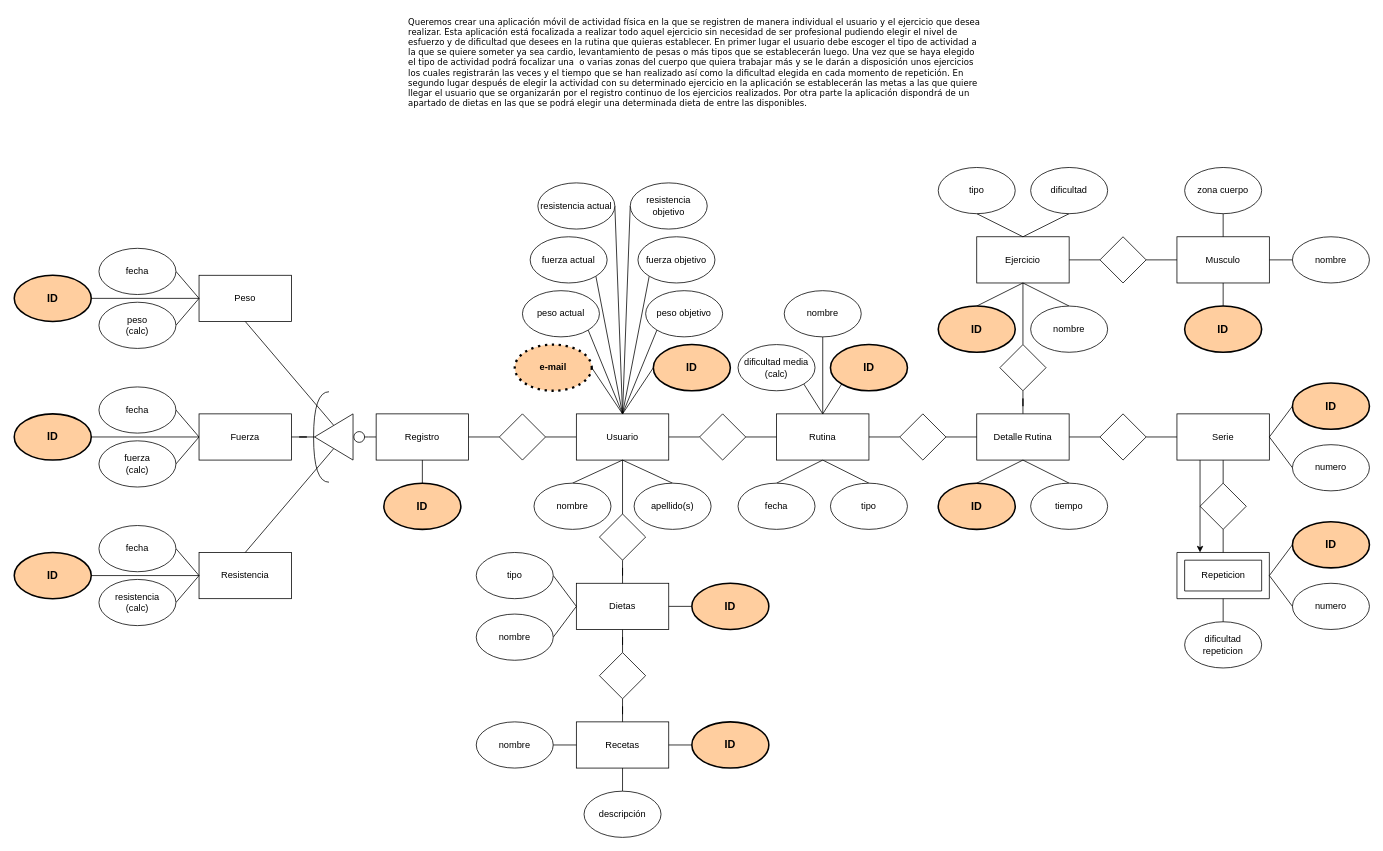
DiEgOfercri/Modelos-BBDD keeps this draw.io diagram as drawio/Grupo 8 E/R Grupo 7.drawio. Above is the earlier version. Source tidied: cells renumbered, new cells numbered last; positions are measured from the earlier drawing's top-left corner, leaving out a move shared by most shapes. Both pictures are drawn from the tidied source at 77%, with x=0, y=0 at pixel (14, 13).
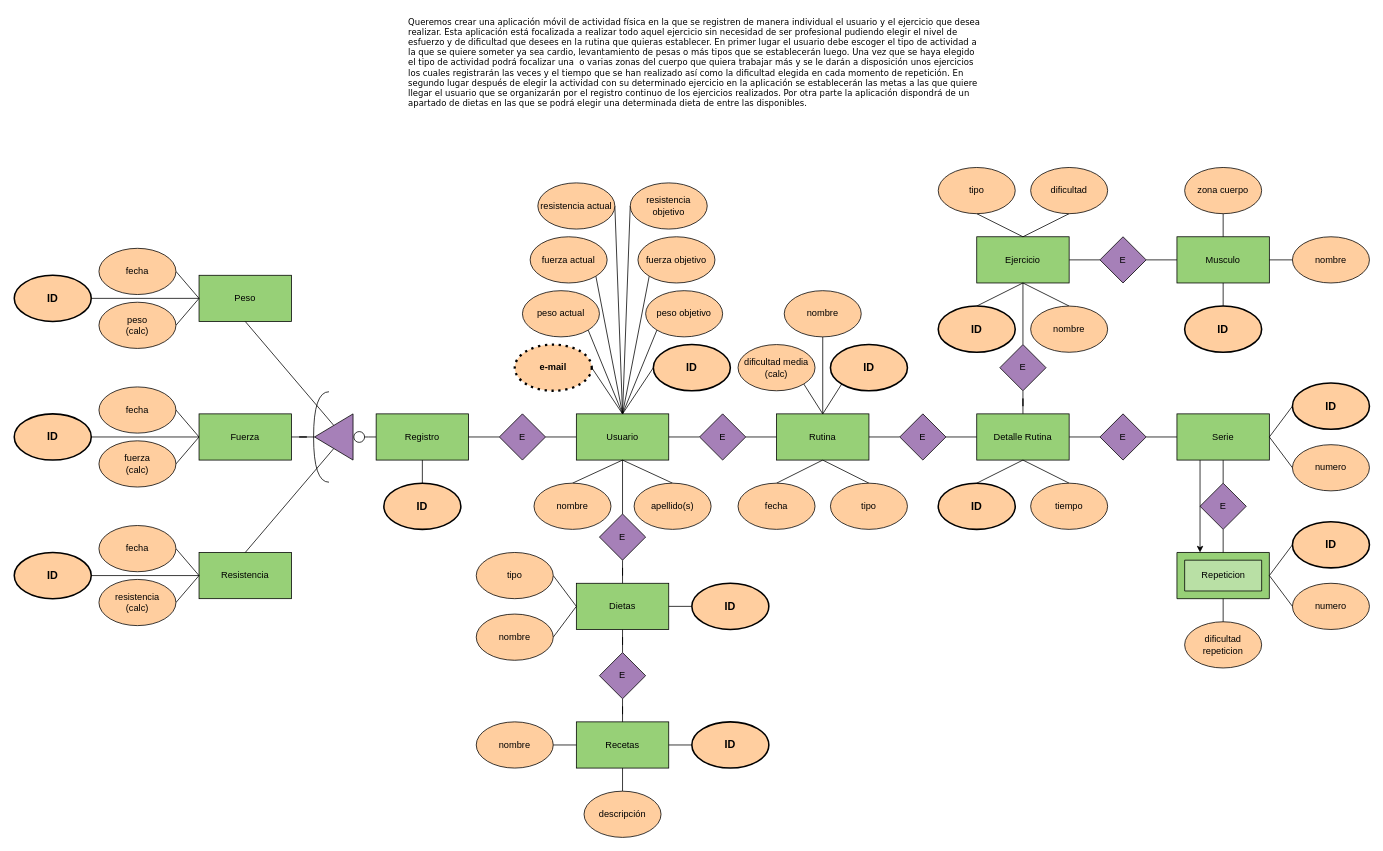
After the change.

Change to the diagram source:
```diff
@@
-    <mxCell id="6" value="Usuario" style="rounded=0;whiteSpace=wrap;html=1;" parent="1" vertex="1">
+    <mxCell id="6" value="Usuario" style="rounded=0;whiteSpace=wrap;html=1;fillColor=#97D077;" parent="1" vertex="1">
       <mxGeometry x="730" y="520" width="120" height="60" as="geometry" />
     </mxCell>
@@
-    <mxCell id="8" value="Ejercicio" style="rounded=0;whiteSpace=wrap;html=1;" parent="1" vertex="1">
+    <mxCell id="8" value="Ejercicio" style="rounded=0;whiteSpace=wrap;html=1;fillColor=#97D077;" parent="1" vertex="1">
       <mxGeometry x="1250" y="290" width="120" height="60" as="geometry" />
     </mxCell>
@@
-    <mxCell id="10" value="dificultad" style="ellipse;whiteSpace=wrap;html=1;" parent="1" vertex="1">
+    <mxCell id="10" value="dificultad" style="ellipse;whiteSpace=wrap;html=1;fillColor=#FFCE9F;" parent="1" vertex="1">
       <mxGeometry x="1320" y="200" width="100" height="60" as="geometry" />
     </mxCell>
@@
-    <mxCell id="13" value="Detalle Rutina" style="rounded=0;whiteSpace=wrap;html=1;" parent="1" vertex="1">
+    <mxCell id="13" value="Detalle Rutina" style="rounded=0;whiteSpace=wrap;html=1;fillColor=#97D077;" parent="1" vertex="1">
       <mxGeometry x="1250" y="520" width="120" height="60" as="geometry" />
     </mxCell>
-    <mxCell id="14" value="dificultad repeticion" style="ellipse;whiteSpace=wrap;html=1;" parent="1" vertex="1">
+    <mxCell id="14" value="dificultad repeticion" style="ellipse;whiteSpace=wrap;html=1;fillColor=#FFCE9F;" parent="1" vertex="1">
       <mxGeometry x="1520" y="790" width="100" height="60" as="geometry" />
     </mxCell>
-    <mxCell id="15" value="Peso" style="rounded=0;whiteSpace=wrap;html=1;" parent="1" vertex="1">
+    <mxCell id="15" value="Peso" style="rounded=0;whiteSpace=wrap;html=1;fillColor=#97D077;" parent="1" vertex="1">
       <mxGeometry x="240" y="340" width="120" height="60" as="geometry" />
     </mxCell>
@@
-    <mxCell id="17" value="Dietas" style="rounded=0;whiteSpace=wrap;html=1;" parent="1" vertex="1">
+    <mxCell id="17" value="Dietas" style="rounded=0;whiteSpace=wrap;html=1;fillColor=#97D077;" parent="1" vertex="1">
       <mxGeometry x="730" y="740" width="120" height="60" as="geometry" />
     </mxCell>
@@
-    <mxCell id="19" value="tipo" style="ellipse;whiteSpace=wrap;html=1;" parent="1" vertex="1">
+    <mxCell id="19" value="tipo" style="ellipse;whiteSpace=wrap;html=1;fillColor=#FFCE9F;" parent="1" vertex="1">
       <mxGeometry x="1060" y="610" width="100" height="60" as="geometry" />
     </mxCell>
-    <mxCell id="20" value="Musculo" style="rounded=0;whiteSpace=wrap;html=1;" parent="1" vertex="1">
+    <mxCell id="20" value="Musculo" style="rounded=0;whiteSpace=wrap;html=1;fillColor=#97D077;" parent="1" vertex="1">
       <mxGeometry x="1510" y="290" width="120" height="60" as="geometry" />
     </mxCell>
@@
-    <mxCell id="22" value="zona cuerpo" style="ellipse;whiteSpace=wrap;html=1;" parent="1" vertex="1">
+    <mxCell id="22" value="zona cuerpo" style="ellipse;whiteSpace=wrap;html=1;fillColor=#FFCE9F;" parent="1" vertex="1">
       <mxGeometry x="1520" y="200" width="100" height="60" as="geometry" />
     </mxCell>
-    <mxCell id="23" value="Recetas" style="rounded=0;whiteSpace=wrap;html=1;" parent="1" vertex="1">
+    <mxCell id="23" value="Recetas" style="rounded=0;whiteSpace=wrap;html=1;fillColor=#97D077;" parent="1" vertex="1">
       <mxGeometry x="730" y="920" width="120" height="60" as="geometry" />
     </mxCell>
@@
-    <mxCell id="25" value="apellido(s)" style="ellipse;whiteSpace=wrap;html=1;" parent="1" vertex="1">
+    <mxCell id="25" value="apellido(s)" style="ellipse;whiteSpace=wrap;html=1;fillColor=#FFCE9F;" parent="1" vertex="1">
       <mxGeometry x="805" y="610" width="100" height="60" as="geometry" />
     </mxCell>
@@
-    <mxCell id="27" value="nombre" style="ellipse;whiteSpace=wrap;html=1;" parent="1" vertex="1">
+    <mxCell id="27" value="nombre" style="ellipse;whiteSpace=wrap;html=1;fillColor=#FFCE9F;" parent="1" vertex="1">
       <mxGeometry x="675" y="610" width="100" height="60" as="geometry" />
     </mxCell>
@@
-    <mxCell id="29" value="fuerza objetivo" style="ellipse;whiteSpace=wrap;html=1;" parent="1" vertex="1">
+    <mxCell id="29" value="fuerza objetivo" style="ellipse;whiteSpace=wrap;html=1;fillColor=#FFCE9F;" parent="1" vertex="1">
       <mxGeometry x="810" y="290" width="100" height="60" as="geometry" />
     </mxCell>
@@
-    <mxCell id="31" value="resistencia objetivo" style="ellipse;whiteSpace=wrap;html=1;" parent="1" vertex="1">
+    <mxCell id="31" value="resistencia objetivo" style="ellipse;whiteSpace=wrap;html=1;fillColor=#FFCE9F;" parent="1" vertex="1">
       <mxGeometry x="800" y="220" width="100" height="60" as="geometry" />
     </mxCell>
@@
-    <mxCell id="33" value="fuerza actual" style="ellipse;whiteSpace=wrap;html=1;" parent="1" vertex="1">
+    <mxCell id="33" value="fuerza actual" style="ellipse;whiteSpace=wrap;html=1;fillColor=#FFCE9F;" parent="1" vertex="1">
       <mxGeometry x="670" y="290" width="100" height="60" as="geometry" />
     </mxCell>
@@
-    <mxCell id="35" value="resistencia actual" style="ellipse;whiteSpace=wrap;html=1;" parent="1" vertex="1">
+    <mxCell id="35" value="resistencia actual" style="ellipse;whiteSpace=wrap;html=1;fillColor=#FFCE9F;" parent="1" vertex="1">
       <mxGeometry x="680" y="220" width="100" height="60" as="geometry" />
     </mxCell>
@@
-    <mxCell id="37" value="nombre" style="ellipse;whiteSpace=wrap;html=1;" parent="1" vertex="1">
+    <mxCell id="37" value="nombre" style="ellipse;whiteSpace=wrap;html=1;fillColor=#FFCE9F;" parent="1" vertex="1">
       <mxGeometry x="600" y="920" width="100" height="60" as="geometry" />
     </mxCell>
@@
-    <mxCell id="39" value="Registro" style="rounded=0;whiteSpace=wrap;html=1;" parent="1" vertex="1">
+    <mxCell id="39" value="Registro" style="rounded=0;whiteSpace=wrap;html=1;fillColor=#97D077;" parent="1" vertex="1">
       <mxGeometry x="470" y="520" width="120" height="60" as="geometry" />
     </mxCell>
-    <mxCell id="40" value="Resistencia" style="rounded=0;whiteSpace=wrap;html=1;" parent="1" vertex="1">
+    <mxCell id="40" value="Resistencia" style="rounded=0;whiteSpace=wrap;html=1;fillColor=#97D077;" parent="1" vertex="1">
       <mxGeometry x="240" y="700" width="120" height="60" as="geometry" />
     </mxCell>
@@
-    <mxCell id="42" value="fecha" style="ellipse;whiteSpace=wrap;html=1;" parent="1" vertex="1">
+    <mxCell id="42" value="fecha" style="ellipse;whiteSpace=wrap;html=1;fillColor=#FFCE9F;" parent="1" vertex="1">
       <mxGeometry x="110" y="305" width="100" height="60" as="geometry" />
     </mxCell>
@@
-    <mxCell id="44" value="peso&lt;br&gt;(calc)" style="ellipse;whiteSpace=wrap;html=1;" parent="1" vertex="1">
+    <mxCell id="44" value="peso&lt;br&gt;(calc)" style="ellipse;whiteSpace=wrap;html=1;fillColor=#FFCE9F;" parent="1" vertex="1">
       <mxGeometry x="110" y="375" width="100" height="60" as="geometry" />
     </mxCell>
@@
-    <mxCell id="46" value="fecha" style="ellipse;whiteSpace=wrap;html=1;" parent="1" vertex="1">
+    <mxCell id="46" value="fecha" style="ellipse;whiteSpace=wrap;html=1;fillColor=#FFCE9F;" parent="1" vertex="1">
       <mxGeometry x="110" y="485" width="100" height="60" as="geometry" />
     </mxCell>
@@
-    <mxCell id="48" value="fuerza&lt;br&gt;(calc)" style="ellipse;whiteSpace=wrap;html=1;" parent="1" vertex="1">
+    <mxCell id="48" value="fuerza&lt;br&gt;(calc)" style="ellipse;whiteSpace=wrap;html=1;fillColor=#FFCE9F;" parent="1" vertex="1">
       <mxGeometry x="110" y="555" width="100" height="60" as="geometry" />
     </mxCell>
@@
-    <mxCell id="50" value="fecha" style="ellipse;whiteSpace=wrap;html=1;" parent="1" vertex="1">
+    <mxCell id="50" value="fecha" style="ellipse;whiteSpace=wrap;html=1;fillColor=#FFCE9F;" parent="1" vertex="1">
       <mxGeometry x="110" y="665" width="100" height="60" as="geometry" />
     </mxCell>
@@
-    <mxCell id="52" value="resistencia&lt;br&gt;(calc)" style="ellipse;whiteSpace=wrap;html=1;" parent="1" vertex="1">
+    <mxCell id="52" value="resistencia&lt;br&gt;(calc)" style="ellipse;whiteSpace=wrap;html=1;fillColor=#FFCE9F;" parent="1" vertex="1">
       <mxGeometry x="110" y="735" width="100" height="60" as="geometry" />
     </mxCell>
@@
-    <mxCell id="54" value="Rutina" style="rounded=0;whiteSpace=wrap;html=1;" parent="1" vertex="1">
+    <mxCell id="54" value="Rutina" style="rounded=0;whiteSpace=wrap;html=1;fillColor=#97D077;" parent="1" vertex="1">
       <mxGeometry x="990" y="520" width="120" height="60" as="geometry" />
     </mxCell>
@@
-    <mxCell id="56" value="dificultad media&lt;br&gt;(calc)" style="ellipse;whiteSpace=wrap;html=1;" parent="1" vertex="1">
+    <mxCell id="56" value="dificultad media&lt;br&gt;(calc)" style="ellipse;whiteSpace=wrap;html=1;fillColor=#FFCE9F;" parent="1" vertex="1">
       <mxGeometry x="940" y="430" width="100" height="60" as="geometry" />
     </mxCell>
@@
-    <mxCell id="58" value="fecha" style="ellipse;whiteSpace=wrap;html=1;" parent="1" vertex="1">
+    <mxCell id="58" value="fecha" style="ellipse;whiteSpace=wrap;html=1;fillColor=#FFCE9F;" parent="1" vertex="1">
       <mxGeometry x="940" y="610" width="100" height="60" as="geometry" />
     </mxCell>
@@
-    <mxCell id="60" value="peso objetivo" style="ellipse;whiteSpace=wrap;html=1;" parent="1" vertex="1">
+    <mxCell id="60" value="peso objetivo" style="ellipse;whiteSpace=wrap;html=1;fillColor=#FFCE9F;" parent="1" vertex="1">
       <mxGeometry x="820" y="360" width="100" height="60" as="geometry" />
     </mxCell>
@@
-    <mxCell id="62" value="peso actual" style="ellipse;whiteSpace=wrap;html=1;" parent="1" vertex="1">
+    <mxCell id="62" value="peso actual" style="ellipse;whiteSpace=wrap;html=1;fillColor=#FFCE9F;" parent="1" vertex="1">
       <mxGeometry x="660" y="360" width="100" height="60" as="geometry" />
     </mxCell>
@@
-    <mxCell id="72" value="tipo" style="ellipse;whiteSpace=wrap;html=1;" parent="1" vertex="1">
+    <mxCell id="72" value="tipo" style="ellipse;whiteSpace=wrap;html=1;fillColor=#FFCE9F;" parent="1" vertex="1">
       <mxGeometry x="600" y="700" width="100" height="60" as="geometry" />
     </mxCell>
@@
-    <mxCell id="74" value="descripción" style="ellipse;whiteSpace=wrap;html=1;" parent="1" vertex="1">
+    <mxCell id="74" value="descripción" style="ellipse;whiteSpace=wrap;html=1;fillColor=#FFCE9F;" parent="1" vertex="1">
       <mxGeometry x="740" y="1010" width="100" height="60" as="geometry" />
     </mxCell>
@@
-    <mxCell id="80" value="nombre" style="ellipse;whiteSpace=wrap;html=1;" parent="1" vertex="1">
+    <mxCell id="80" value="nombre" style="ellipse;whiteSpace=wrap;html=1;fillColor=#FFCE9F;" parent="1" vertex="1">
       <mxGeometry x="1000" y="360" width="100" height="60" as="geometry" />
     </mxCell>
@@
-    <mxCell id="82" value="tipo" style="ellipse;whiteSpace=wrap;html=1;" parent="1" vertex="1">
+    <mxCell id="82" value="tipo" style="ellipse;whiteSpace=wrap;html=1;fillColor=#FFCE9F;" parent="1" vertex="1">
       <mxGeometry x="1200" y="200" width="100" height="60" as="geometry" />
     </mxCell>
@@
-    <mxCell id="88" style="rhombus;whiteSpace=wrap;html=1;" parent="1" vertex="1">
+    <mxCell id="88" value="E" style="rhombus;whiteSpace=wrap;html=1;fillColor=#A680B8;" parent="1" vertex="1">
       <mxGeometry x="630" y="520" width="60" height="60" as="geometry" />
     </mxCell>
@@
-    <mxCell id="90" style="rhombus;whiteSpace=wrap;html=1;" parent="1" vertex="1">
+    <mxCell id="90" value="E" style="rhombus;whiteSpace=wrap;html=1;fillColor=#A680B8;" parent="1" vertex="1">
       <mxGeometry x="890" y="520" width="60" height="60" as="geometry" />
     </mxCell>
@@
-    <mxCell id="92" style="rhombus;whiteSpace=wrap;html=1;" parent="1" vertex="1">
+    <mxCell id="92" value="E" style="rhombus;whiteSpace=wrap;html=1;fillColor=#A680B8;" parent="1" vertex="1">
       <mxGeometry x="760" y="650" width="60" height="60" as="geometry" />
     </mxCell>
@@
-    <mxCell id="94" style="rhombus;whiteSpace=wrap;html=1;" parent="1" vertex="1">
+    <mxCell id="94" value="E" style="rhombus;whiteSpace=wrap;html=1;fillColor=#A680B8;" parent="1" vertex="1">
       <mxGeometry x="760" y="830" width="60" height="60" as="geometry" />
     </mxCell>
@@
-    <mxCell id="96" style="rhombus;whiteSpace=wrap;html=1;" parent="1" vertex="1">
+    <mxCell id="96" value="E" style="rhombus;whiteSpace=wrap;html=1;fillColor=#A680B8;" parent="1" vertex="1">
       <mxGeometry x="1150" y="520" width="60" height="60" as="geometry" />
     </mxCell>
@@
-    <mxCell id="98" style="rhombus;whiteSpace=wrap;html=1;" parent="1" vertex="1">
+    <mxCell id="98" value="E" style="rhombus;whiteSpace=wrap;html=1;fillColor=#A680B8;" parent="1" vertex="1">
       <mxGeometry x="1410" y="290" width="60" height="60" as="geometry" />
     </mxCell>
@@
-    <mxCell id="100" value="nombre" style="ellipse;whiteSpace=wrap;html=1;" parent="1" vertex="1">
+    <mxCell id="100" value="nombre" style="ellipse;whiteSpace=wrap;html=1;fillColor=#FFCE9F;" parent="1" vertex="1">
       <mxGeometry x="1660" y="290" width="100" height="60" as="geometry" />
     </mxCell>
@@
-    <mxCell id="102" value="nombre" style="ellipse;whiteSpace=wrap;html=1;" parent="1" vertex="1">
+    <mxCell id="102" value="nombre" style="ellipse;whiteSpace=wrap;html=1;fillColor=#FFCE9F;" parent="1" vertex="1">
       <mxGeometry x="1320" y="380" width="100" height="60" as="geometry" />
     </mxCell>
@@
-    <mxCell id="104" style="rhombus;whiteSpace=wrap;html=1;" parent="1" vertex="1">
+    <mxCell id="104" value="E" style="rhombus;whiteSpace=wrap;html=1;fillColor=#A680B8;" parent="1" vertex="1">
       <mxGeometry x="1280" y="430" width="60" height="60" as="geometry" />
     </mxCell>
@@
-    <mxCell id="106" value="Serie" style="rounded=0;whiteSpace=wrap;html=1;" parent="1" vertex="1">
+    <mxCell id="106" value="Serie" style="rounded=0;whiteSpace=wrap;html=1;fillColor=#97D077;" parent="1" vertex="1">
       <mxGeometry x="1510" y="520" width="120" height="60" as="geometry" />
     </mxCell>
@@
-    <mxCell id="110" value="numero" style="ellipse;whiteSpace=wrap;html=1;" parent="1" vertex="1">
+    <mxCell id="110" value="numero" style="ellipse;whiteSpace=wrap;html=1;fillColor=#FFCE9F;" parent="1" vertex="1">
       <mxGeometry x="1660" y="560" width="100" height="60" as="geometry" />
     </mxCell>
@@
-    <mxCell id="112" value="numero" style="ellipse;whiteSpace=wrap;html=1;" parent="1" vertex="1">
+    <mxCell id="112" value="numero" style="ellipse;whiteSpace=wrap;html=1;fillColor=#FFCE9F;" parent="1" vertex="1">
       <mxGeometry x="1660" y="740" width="100" height="60" as="geometry" />
     </mxCell>
@@
-    <mxCell id="114" style="rhombus;whiteSpace=wrap;html=1;" parent="1" vertex="1">
+    <mxCell id="114" value="E" style="rhombus;whiteSpace=wrap;html=1;fillColor=#A680B8;" parent="1" vertex="1">
       <mxGeometry x="1410" y="520" width="60" height="60" as="geometry" />
     </mxCell>
-    <mxCell id="115" style="rhombus;whiteSpace=wrap;html=1;" parent="1" vertex="1">
+    <mxCell id="115" value="E" style="rhombus;whiteSpace=wrap;html=1;fillColor=#A680B8;" parent="1" vertex="1">
       <mxGeometry x="1540" y="610" width="60" height="60" as="geometry" />
     </mxCell>
-    <mxCell id="116" style="group;" parent="1" vertex="1">
+    <mxCell id="116" style="group;fillColor=#B9E0A5;" parent="1" vertex="1">
       <mxGeometry x="1510" y="700" width="120" height="60" as="geometry" />
     </mxCell>
-    <mxCell id="117" style="verticalLabelPosition=bottom;verticalAlign=top;html=1;shape=mxgraph.basic.frame;dx=10;whiteSpace=wrap;" parent="116" vertex="1">
+    <mxCell id="117" style="verticalLabelPosition=bottom;verticalAlign=top;html=1;shape=mxgraph.basic.frame;dx=10;whiteSpace=wrap;fillColor=#97D077;" parent="116" vertex="1">
       <mxGeometry width="120" height="60" as="geometry" />
     </mxCell>
@@
-    <mxCell id="122" value="tiempo" style="ellipse;whiteSpace=wrap;html=1;" parent="1" vertex="1">
+    <mxCell id="122" value="tiempo" style="ellipse;whiteSpace=wrap;html=1;fillColor=#FFCE9F;" parent="1" vertex="1">
       <mxGeometry x="1320" y="610" width="100" height="60" as="geometry" />
     </mxCell>
@@
-    <mxCell id="124" value="nombre" style="ellipse;whiteSpace=wrap;html=1;" parent="1" vertex="1">
+    <mxCell id="124" value="nombre" style="ellipse;whiteSpace=wrap;html=1;fillColor=#FFCE9F;" parent="1" vertex="1">
       <mxGeometry x="600" y="780" width="100" height="60" as="geometry" />
     </mxCell>
@@
-    <mxCell id="127" value="Fuerza" style="rounded=0;whiteSpace=wrap;html=1;" parent="1" vertex="1">
+    <mxCell id="127" value="Fuerza" style="rounded=0;whiteSpace=wrap;html=1;fillColor=#97D077;" parent="1" vertex="1">
       <mxGeometry x="240" y="520" width="120" height="60" as="geometry" />
     </mxCell>
@@
-    <mxCell id="131" style="triangle;whiteSpace=wrap;html=1;rotation=-180;" parent="1" vertex="1">
+    <mxCell id="131" style="triangle;whiteSpace=wrap;html=1;rotation=-180;fillColor=#A680B8;" parent="1" vertex="1">
       <mxGeometry x="390" y="520" width="50" height="60" as="geometry" />
     </mxCell>
```
